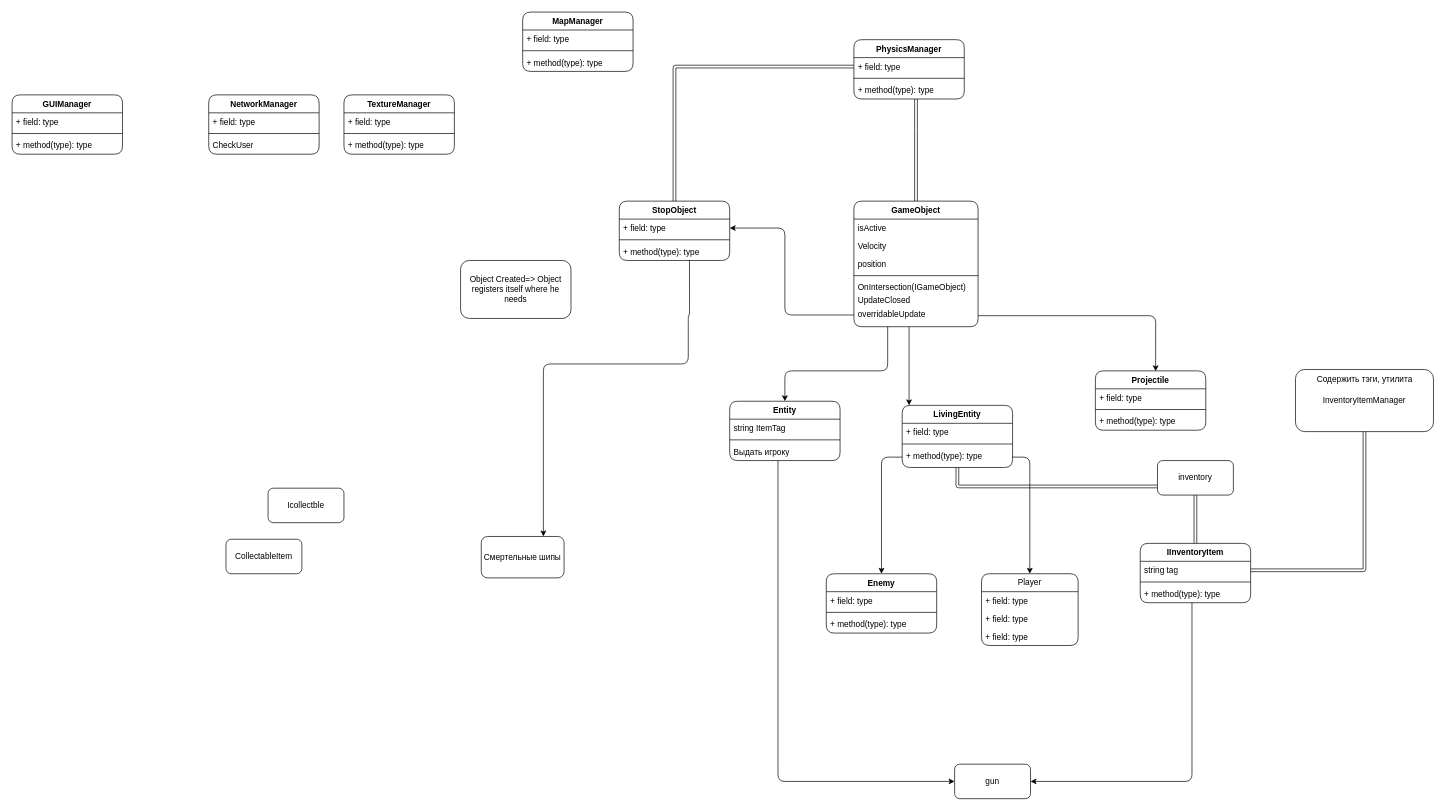
The draw.io diagram Hackaton_2023.drawio in progtime-net/drawIOPlan, before the edit. Source tidied: cells renumbered, new cells numbered last; positions are measured from the earlier drawing's top-left corner, leaving out a move shared by most shapes. Both pictures are drawn from the tidied source at 69%, with x=0, y=0 at pixel (12, 12).
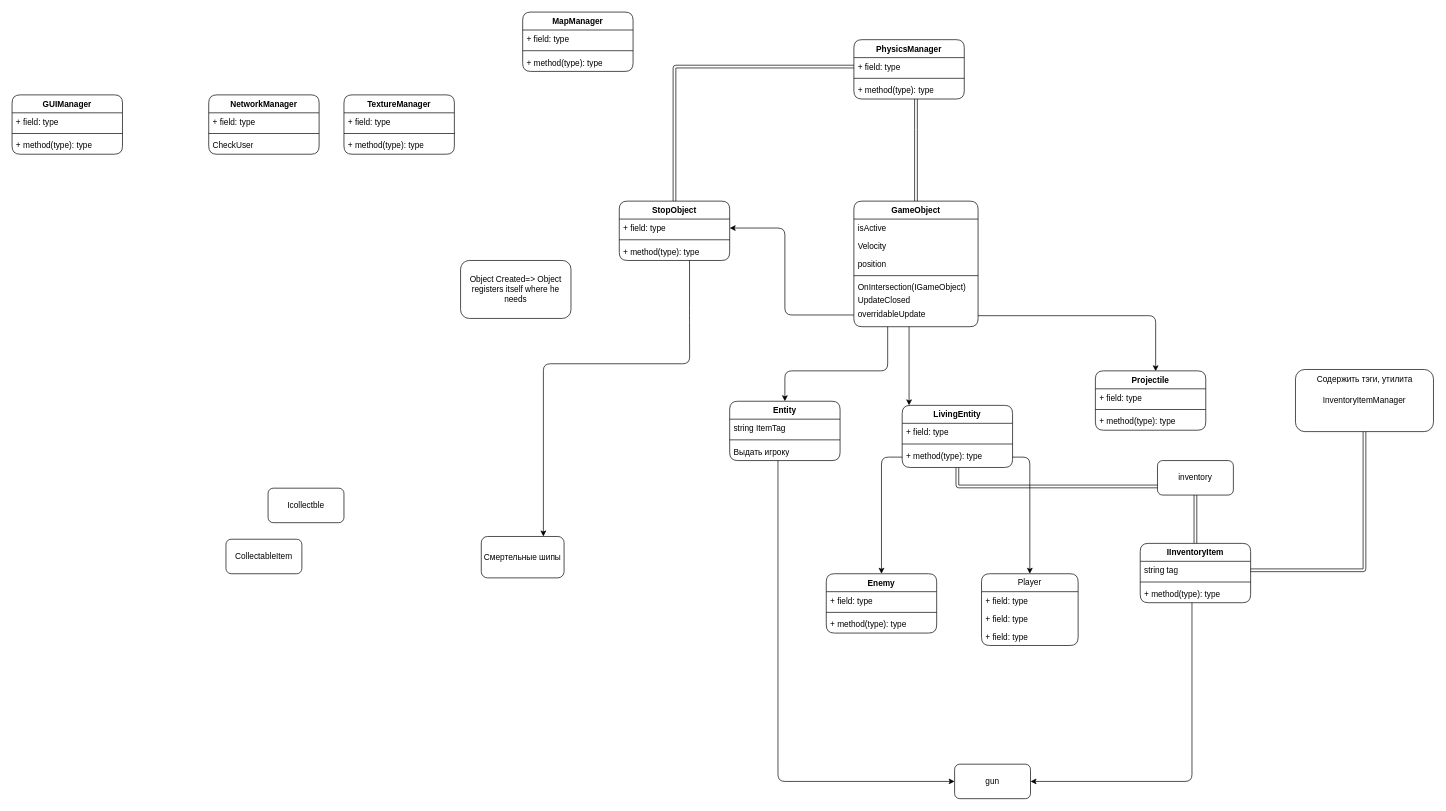
After the change.

The change refers to these unchanged cells:
```xml
<mxCell id="54" value="+ method(type): type" style="text;strokeColor=none;fillColor=none;align=left;verticalAlign=top;spacingLeft=4;spacingRight=4;overflow=hidden;points=[[0,0.5],[1,0.5]];portConstraint=eastwest;whiteSpace=wrap;html=1;rounded=1;" parent="51" vertex="1">
  <mxGeometry y="60" width="160" height="26" as="geometry" />
</mxCell>
<mxCell id="75" value="Смертельные шипы" style="whiteSpace=wrap;html=1;rounded=1;" parent="1" vertex="1">
  <mxGeometry x="680" y="760" width="120" height="60" as="geometry" />
</mxCell>
```

Diff of the diagram source:
```diff
@@
-    <mxCell id="31" style="edgeStyle=orthogonalEdgeStyle;rounded=1;jettySize=auto;html=1;entryX=0.75;entryY=0;entryDx=0;entryDy=0;exitX=0.636;exitY=0.987;exitDx=0;exitDy=0;exitPerimeter=0;" parent="1" edge="1" source="54" target="75">
+    <mxCell id="31" style="edgeStyle=orthogonalEdgeStyle;rounded=1;orthogonalLoop=1;jettySize=auto;html=1;entryX=0.75;entryY=0;entryDx=0;entryDy=0;exitX=0.636;exitY=0.987;exitDx=0;exitDy=0;exitPerimeter=0;" parent="1" edge="1">
       <mxGeometry relative="1" as="geometry">
+        <mxPoint x="981.8" y="359.7" as="sourcePoint" />
+        <mxPoint x="770" y="760" as="targetPoint" />
         <Array as="points">
-          <mxPoint x="982" y="440" />
-          <mxPoint x="980" y="440" />
-          <mxPoint x="980" y="510" />
-          <mxPoint x="770" y="510" />
+          <mxPoint x="982" y="439.7" />
+          <mxPoint x="982" y="509.7" />
+          <mxPoint x="770" y="509.7" />
         </Array>
       </mxGeometry>
     </mxCell>
```
